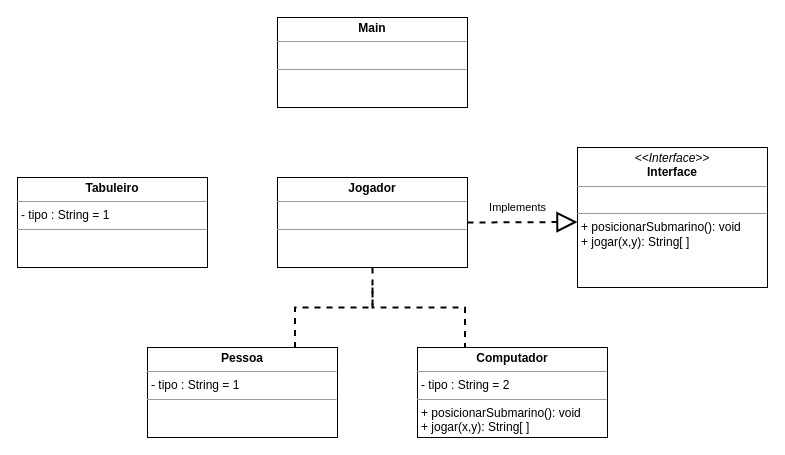
The draw.io diagram Untitled Diagram.drawio in JordannyM/Linkedin, before the edit. Source tidied: cells renumbered, new cells numbered last; positions are measured from the earlier drawing's top-left corner, leaving out a move shared by most shapes. Both pictures are drawn from the tidied source at 100%, with x=0, y=0 at pixel (17, 17).
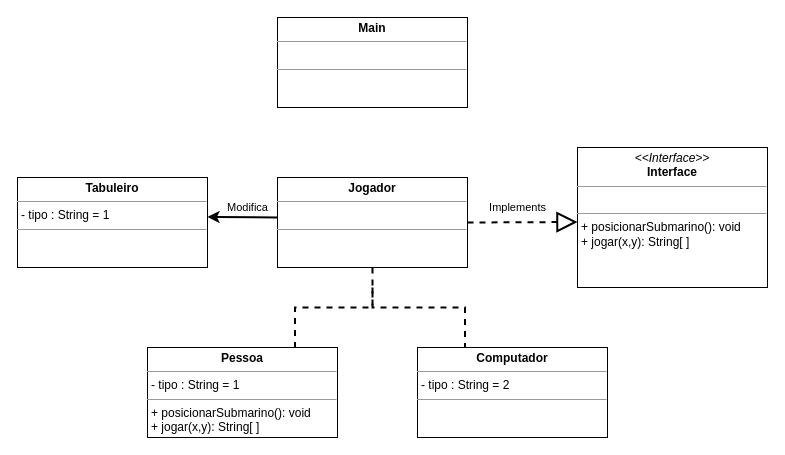
The same page after the edit.

Change to the diagram source:
```diff
@@
 <mxGraphModel>
   <root>
     <mxCell id="0" />
     <mxCell id="1" parent="0" />
     <mxCell id="2" value="&lt;p style=&quot;margin: 0px ; margin-top: 4px ; text-align: center&quot;&gt;&lt;b&gt;Jogador&lt;/b&gt;&lt;/p&gt;&lt;hr size=&quot;1&quot;&gt;&lt;p style=&quot;margin: 0px ; margin-left: 4px&quot;&gt;&lt;br&gt;&lt;/p&gt;&lt;hr size=&quot;1&quot;&gt;&lt;p style=&quot;margin: 0px ; margin-left: 4px&quot;&gt;&lt;br&gt;&lt;/p&gt;" style="verticalAlign=top;align=left;overflow=fill;fontSize=12;fontFamily=Helvetica;html=1;" parent="1" vertex="1">
       <mxGeometry x="260" y="160" width="190" height="90" as="geometry" />
     </mxCell>
     <mxCell id="3" value="&lt;p style=&quot;margin: 0px ; margin-top: 4px ; text-align: center&quot;&gt;&lt;i&gt;&amp;lt;&amp;lt;Interface&amp;gt;&amp;gt;&lt;/i&gt;&lt;br&gt;&lt;b&gt;Interface&lt;/b&gt;&lt;/p&gt;&lt;hr size=&quot;1&quot;&gt;&lt;p style=&quot;margin: 0px ; margin-left: 4px&quot;&gt;&lt;br&gt;&lt;/p&gt;&lt;hr size=&quot;1&quot;&gt;&lt;p style=&quot;margin: 0px 0px 0px 4px&quot;&gt;+ posicionarSubmarino(): void&lt;/p&gt;&lt;p style=&quot;margin: 0px 0px 0px 4px&quot;&gt;+ jogar(x,y): String[ ]&lt;/p&gt;" style="verticalAlign=top;align=left;overflow=fill;fontSize=12;fontFamily=Helvetica;html=1;" parent="1" vertex="1">
       <mxGeometry x="560" y="130" width="190" height="140" as="geometry" />
     </mxCell>
-    <mxCell id="4" value="&lt;p style=&quot;margin: 0px ; margin-top: 4px ; text-align: center&quot;&gt;&lt;b&gt;Pessoa&lt;/b&gt;&lt;/p&gt;&lt;hr size=&quot;1&quot;&gt;&lt;p style=&quot;margin: 0px ; margin-left: 4px&quot;&gt;- tipo : String = 1&lt;/p&gt;&lt;hr size=&quot;1&quot;&gt;&lt;p style=&quot;margin: 0px ; margin-left: 4px&quot;&gt;&lt;br&gt;&lt;/p&gt;" style="verticalAlign=top;align=left;overflow=fill;fontSize=12;fontFamily=Helvetica;html=1;" parent="1" vertex="1">
+    <mxCell id="4" value="&lt;p style=&quot;margin: 0px ; margin-top: 4px ; text-align: center&quot;&gt;&lt;b&gt;Pessoa&lt;/b&gt;&lt;/p&gt;&lt;hr size=&quot;1&quot;&gt;&lt;p style=&quot;margin: 0px ; margin-left: 4px&quot;&gt;- tipo : String = 1&lt;/p&gt;&lt;hr size=&quot;1&quot;&gt;&lt;p style=&quot;margin: 0px 0px 0px 4px&quot;&gt;+ posicionarSubmarino(): void&lt;/p&gt;&lt;p style=&quot;margin: 0px 0px 0px 4px&quot;&gt;+ jogar(x,y): String[ ]&lt;/p&gt;" style="verticalAlign=top;align=left;overflow=fill;fontSize=12;fontFamily=Helvetica;html=1;" parent="1" vertex="1">
       <mxGeometry x="130" y="330" width="190" height="90" as="geometry" />
     </mxCell>
-    <mxCell id="5" value="&lt;p style=&quot;margin: 0px ; margin-top: 4px ; text-align: center&quot;&gt;&lt;b&gt;Computador&lt;/b&gt;&lt;/p&gt;&lt;hr size=&quot;1&quot;&gt;&lt;p style=&quot;margin: 0px ; margin-left: 4px&quot;&gt;- tipo : String = 2&lt;/p&gt;&lt;hr size=&quot;1&quot;&gt;&lt;p style=&quot;margin: 0px ; margin-left: 4px&quot;&gt;+ posicionarSubmarino(): void&lt;/p&gt;&lt;p style=&quot;margin: 0px ; margin-left: 4px&quot;&gt;+ jogar(x,y): String[ ]&lt;/p&gt;" style="verticalAlign=top;align=left;overflow=fill;fontSize=12;fontFamily=Helvetica;html=1;" parent="1" vertex="1">
+    <mxCell id="5" value="&lt;p style=&quot;margin: 0px ; margin-top: 4px ; text-align: center&quot;&gt;&lt;b&gt;Computador&lt;/b&gt;&lt;/p&gt;&lt;hr size=&quot;1&quot;&gt;&lt;p style=&quot;margin: 0px ; margin-left: 4px&quot;&gt;- tipo : String = 2&lt;/p&gt;&lt;hr size=&quot;1&quot;&gt;&lt;p style=&quot;margin: 0px ; margin-left: 4px&quot;&gt;&lt;br&gt;&lt;/p&gt;" style="verticalAlign=top;align=left;overflow=fill;fontSize=12;fontFamily=Helvetica;html=1;" parent="1" vertex="1">
       <mxGeometry x="400" y="330" width="190" height="90" as="geometry" />
     </mxCell>
     <mxCell id="6" style="endArrow=none;html=1;edgeStyle=orthogonalEdgeStyle;rounded=0;dashed=1;strokeWidth=2;entryX=0.25;entryY=0;entryDx=0;entryDy=0;exitX=0.5;exitY=1;exitDx=0;exitDy=0;" parent="1" edge="1" source="2" target="5">
       <mxGeometry relative="1" as="geometry" />
     </mxCell>
     <mxCell id="7" style="endArrow=none;html=1;edgeStyle=orthogonalEdgeStyle;rounded=0;dashed=1;strokeWidth=2;entryX=0.75;entryY=0;entryDx=0;entryDy=0;" parent="1" edge="1">
       <mxGeometry relative="1" as="geometry">
         <mxPoint x="355" y="270" as="sourcePoint" />
         <mxPoint x="277.5" y="330" as="targetPoint" />
         <Array as="points">
           <mxPoint x="355" y="290" />
           <mxPoint x="278" y="290" />
         </Array>
       </mxGeometry>
     </mxCell>
     <mxCell id="8" value="&lt;p style=&quot;margin: 0px ; margin-top: 4px ; text-align: center&quot;&gt;&lt;b&gt;Main&lt;/b&gt;&lt;/p&gt;&lt;hr size=&quot;1&quot;&gt;&lt;p style=&quot;margin: 0px ; margin-left: 4px&quot;&gt;&lt;br&gt;&lt;/p&gt;&lt;hr size=&quot;1&quot;&gt;&lt;p style=&quot;margin: 0px ; margin-left: 4px&quot;&gt;&lt;br&gt;&lt;/p&gt;" style="verticalAlign=top;align=left;overflow=fill;fontSize=12;fontFamily=Helvetica;html=1;" parent="1" vertex="1">
       <mxGeometry x="260" width="190" height="90" as="geometry" />
     </mxCell>
     <mxCell id="9" value="Implements" style="endArrow=block;endSize=16;endFill=0;html=1;rounded=0;dashed=1;strokeWidth=2;" parent="1" edge="1">
       <mxGeometry x="-0.09" y="15" relative="1" as="geometry">
         <mxPoint x="450" y="205" as="sourcePoint" />
         <mxPoint x="560" y="204.5" as="targetPoint" />
       </mxGeometry>
     </mxCell>
     <mxCell id="10" value="&lt;p style=&quot;margin: 0px ; margin-top: 4px ; text-align: center&quot;&gt;&lt;b&gt;Tabuleiro&lt;/b&gt;&lt;/p&gt;&lt;hr size=&quot;1&quot;&gt;&lt;p style=&quot;margin: 0px ; margin-left: 4px&quot;&gt;- tipo : String = 1&lt;/p&gt;&lt;hr size=&quot;1&quot;&gt;&lt;p style=&quot;margin: 0px ; margin-left: 4px&quot;&gt;&lt;br&gt;&lt;/p&gt;" style="verticalAlign=top;align=left;overflow=fill;fontSize=12;fontFamily=Helvetica;html=1;" parent="1" vertex="1">
       <mxGeometry y="160" width="190" height="90" as="geometry" />
     </mxCell>
+    <mxCell id="11" value="Modifica" style="endArrow=none;endFill=0;endSize=12;html=1;rounded=0;strokeWidth=2;startArrow=classic;startFill=1;" parent="1" edge="1">
+      <mxGeometry x="0.14" y="10" relative="1" as="geometry">
+        <mxPoint x="190" y="199.5" as="sourcePoint" />
+        <mxPoint x="260" y="200" as="targetPoint" />
+      </mxGeometry>
+    </mxCell>
   </root>
 </mxGraphModel>
```
